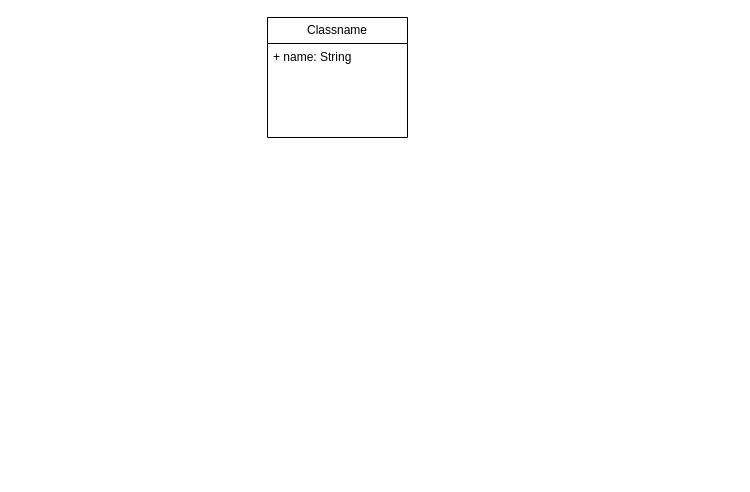
The draw.io diagram Gladiatoren Diagram.drawio in IngoGutwin/diagrams, before the edit. Source tidied: cells renumbered, new cells numbered last; positions are measured from the earlier drawing's top-left corner, leaving out a move shared by most shapes. Both pictures are drawn from the tidied source at 100%, with x=0, y=0 at pixel (267, 17).
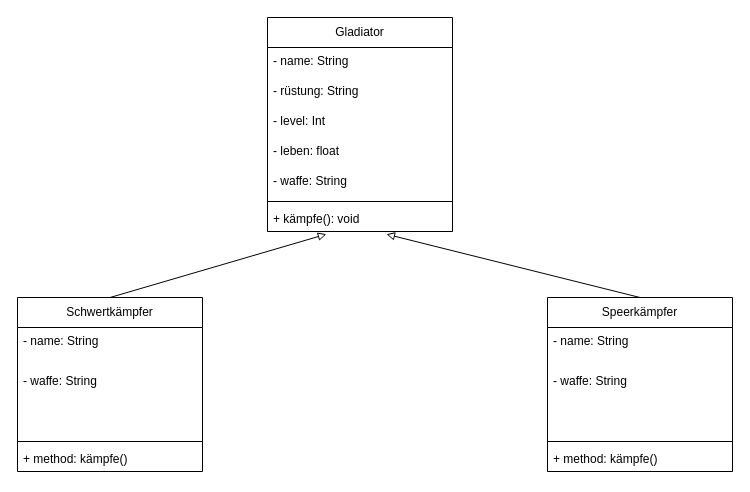
After the change.

Diff of the diagram source:
```diff
@@
-    <mxCell id="2" value="Classname" style="swimlane;fontStyle=0;horizontal=1;startSize=26;fillColor=none;whiteSpace=wrap;html=1;" parent="1" vertex="1">
-      <mxGeometry width="140" height="120" as="geometry" />
+    <mxCell id="2" value="Gladiator" style="swimlane;fontStyle=0;horizontal=1;startSize=30;fillColor=none;whiteSpace=wrap;html=1;" parent="1" vertex="1">
+      <mxGeometry width="185" height="214" as="geometry" />
     </mxCell>
-    <mxCell id="3" value="+ name: String" style="text;strokeColor=none;fillColor=none;align=left;verticalAlign=top;spacingLeft=4;spacingRight=4;overflow=hidden;whiteSpace=wrap;html=1;" parent="2" vertex="1">
-      <mxGeometry y="26" width="140" height="94" as="geometry" />
+    <mxCell id="3" value="- name: String" style="text;strokeColor=none;fillColor=none;align=left;verticalAlign=top;spacingLeft=4;spacingRight=4;overflow=hidden;whiteSpace=wrap;html=1;" parent="2" vertex="1">
+      <mxGeometry y="30" width="185" height="30" as="geometry" />
     </mxCell>
+    <mxCell id="4" value="- rüstung: String" style="text;strokeColor=none;fillColor=none;align=left;verticalAlign=top;spacingLeft=4;spacingRight=4;overflow=hidden;whiteSpace=wrap;html=1;" parent="2" vertex="1">
+      <mxGeometry y="60" width="185" height="30" as="geometry" />
+    </mxCell>
+    <mxCell id="5" value="- level: Int" style="text;strokeColor=none;fillColor=none;align=left;verticalAlign=top;spacingLeft=4;spacingRight=4;overflow=hidden;whiteSpace=wrap;html=1;" parent="2" vertex="1">
+      <mxGeometry y="90" width="185" height="30" as="geometry" />
+    </mxCell>
+    <mxCell id="6" value="- leben: float" style="text;strokeColor=none;fillColor=none;align=left;verticalAlign=top;spacingLeft=4;spacingRight=4;overflow=hidden;whiteSpace=wrap;html=1;" parent="2" vertex="1">
+      <mxGeometry y="120" width="185" height="30" as="geometry" />
+    </mxCell>
+    <mxCell id="7" value="- waffe: String" style="text;strokeColor=none;fillColor=none;align=left;verticalAlign=top;spacingLeft=4;spacingRight=4;overflow=hidden;whiteSpace=wrap;html=1;" parent="2" vertex="1">
+      <mxGeometry y="150" width="185" height="30" as="geometry" />
+    </mxCell>
+    <mxCell id="8" style="line;strokeWidth=1;fillColor=none;align=left;verticalAlign=middle;spacingTop=-1;spacingLeft=3;spacingRight=3;labelPosition=right;strokeColor=inherit;" parent="2" vertex="1">
+      <mxGeometry y="180" width="185" height="8" as="geometry" />
+    </mxCell>
+    <mxCell id="9" value="+ kämpfe(): void" style="text;strokeColor=none;fillColor=none;align=left;verticalAlign=top;spacingLeft=4;spacingRight=4;overflow=hidden;points=[[0,0.5],[1,0.5]];portConstraint=eastwest;whiteSpace=wrap;html=1;" parent="2" vertex="1">
+      <mxGeometry y="188" width="185" height="26" as="geometry" />
+    </mxCell>
+    <mxCell id="10" value="Schwertkämpfer" style="swimlane;fontStyle=0;horizontal=1;startSize=30;fillColor=none;whiteSpace=wrap;html=1;" parent="1" vertex="1">
+      <mxGeometry x="-250" y="280" width="185" height="174" as="geometry" />
+    </mxCell>
+    <mxCell id="11" value="- name: String" style="text;strokeColor=none;fillColor=none;align=left;verticalAlign=top;spacingLeft=4;spacingRight=4;overflow=hidden;whiteSpace=wrap;html=1;" parent="10" vertex="1">
+      <mxGeometry y="30" width="185" height="40" as="geometry" />
+    </mxCell>
+    <mxCell id="12" value="- waffe: String" style="text;strokeColor=none;fillColor=none;align=left;verticalAlign=top;spacingLeft=4;spacingRight=4;overflow=hidden;whiteSpace=wrap;html=1;" parent="10" vertex="1">
+      <mxGeometry y="70" width="185" height="70" as="geometry" />
+    </mxCell>
+    <mxCell id="13" style="line;strokeWidth=1;fillColor=none;align=left;verticalAlign=middle;spacingTop=-1;spacingLeft=3;spacingRight=3;labelPosition=right;strokeColor=inherit;" parent="10" vertex="1">
+      <mxGeometry y="140" width="185" height="8" as="geometry" />
+    </mxCell>
+    <mxCell id="14" value="+ method: kämpfe()" style="text;strokeColor=none;fillColor=none;align=left;verticalAlign=top;spacingLeft=4;spacingRight=4;overflow=hidden;whiteSpace=wrap;html=1;" parent="10" vertex="1">
+      <mxGeometry y="148" width="185" height="26" as="geometry" />
+    </mxCell>
+    <mxCell id="15" style="endArrow=block;html=1;rounded=0;exitX=0.5;exitY=0;exitDx=0;exitDy=0;entryX=0.318;entryY=1.104;entryDx=0;entryDy=0;entryPerimeter=0;endFill=0;" parent="1" edge="1" source="10" target="9">
+      <mxGeometry relative="1" as="geometry" />
+    </mxCell>
+    <mxCell id="16" value="Speerkämpfer" style="swimlane;fontStyle=0;horizontal=1;startSize=30;fillColor=none;whiteSpace=wrap;html=1;" parent="1" vertex="1">
+      <mxGeometry x="280" y="280" width="185" height="174" as="geometry" />
+    </mxCell>
+    <mxCell id="17" value="- name: String" style="text;strokeColor=none;fillColor=none;align=left;verticalAlign=top;spacingLeft=4;spacingRight=4;overflow=hidden;whiteSpace=wrap;html=1;" parent="16" vertex="1">
+      <mxGeometry y="30" width="185" height="40" as="geometry" />
+    </mxCell>
+    <mxCell id="18" value="- waffe: String" style="text;strokeColor=none;fillColor=none;align=left;verticalAlign=top;spacingLeft=4;spacingRight=4;overflow=hidden;whiteSpace=wrap;html=1;" parent="16" vertex="1">
+      <mxGeometry y="70" width="185" height="70" as="geometry" />
+    </mxCell>
+    <mxCell id="19" style="line;strokeWidth=1;fillColor=none;align=left;verticalAlign=middle;spacingTop=-1;spacingLeft=3;spacingRight=3;labelPosition=right;strokeColor=inherit;" parent="16" vertex="1">
+      <mxGeometry y="140" width="185" height="8" as="geometry" />
+    </mxCell>
+    <mxCell id="20" value="+ method: kämpfe()" style="text;strokeColor=none;fillColor=none;align=left;verticalAlign=top;spacingLeft=4;spacingRight=4;overflow=hidden;whiteSpace=wrap;html=1;" parent="16" vertex="1">
+      <mxGeometry y="148" width="185" height="26" as="geometry" />
+    </mxCell>
+    <mxCell id="21" style="endArrow=block;html=1;rounded=0;exitX=0.5;exitY=0;exitDx=0;exitDy=0;entryX=0.643;entryY=1.104;entryDx=0;entryDy=0;entryPerimeter=0;startArrow=none;startFill=0;endFill=0;" parent="1" edge="1" source="16" target="9">
+      <mxGeometry relative="1" as="geometry" />
+    </mxCell>
```
